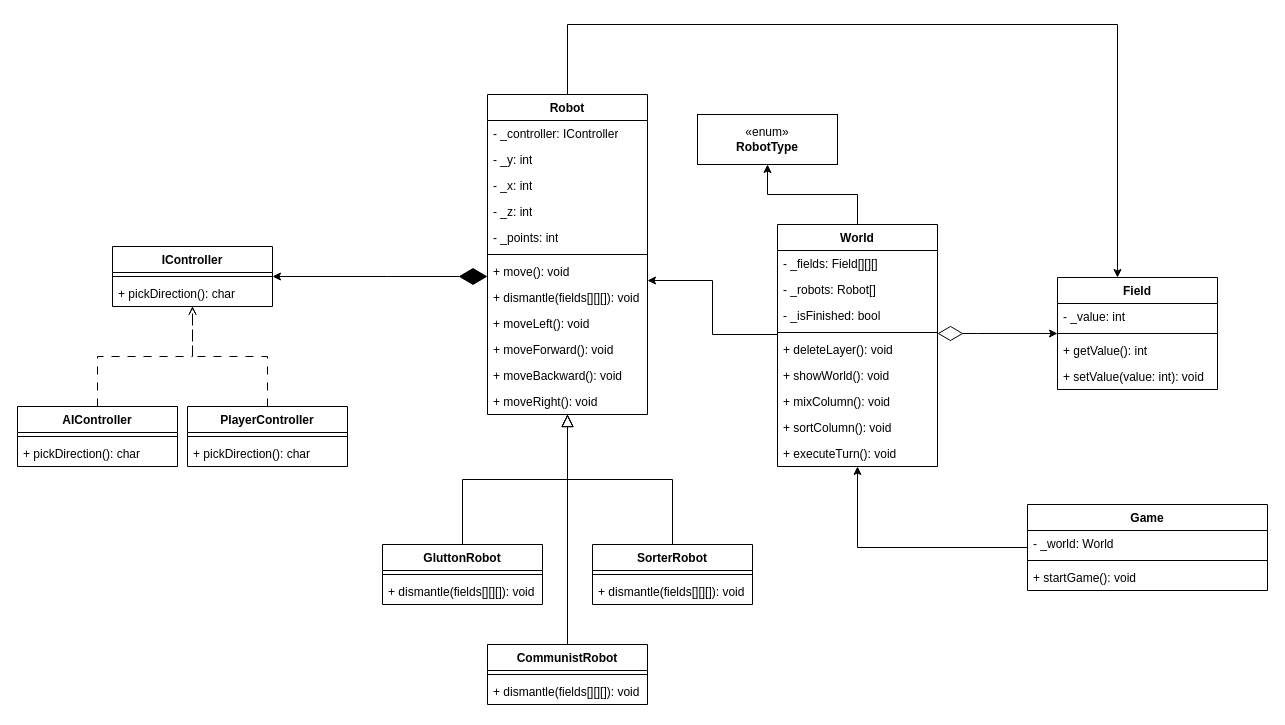
The draw.io diagram DeepMiner.drawio in ergimandija/ParallelDeepMiner, before the edit. Source tidied: cells renumbered, new cells numbered last; positions are measured from the earlier drawing's top-left corner, leaving out a move shared by most shapes. Both pictures are drawn from the tidied source at 100%, with x=0, y=0 at pixel (17, 24).
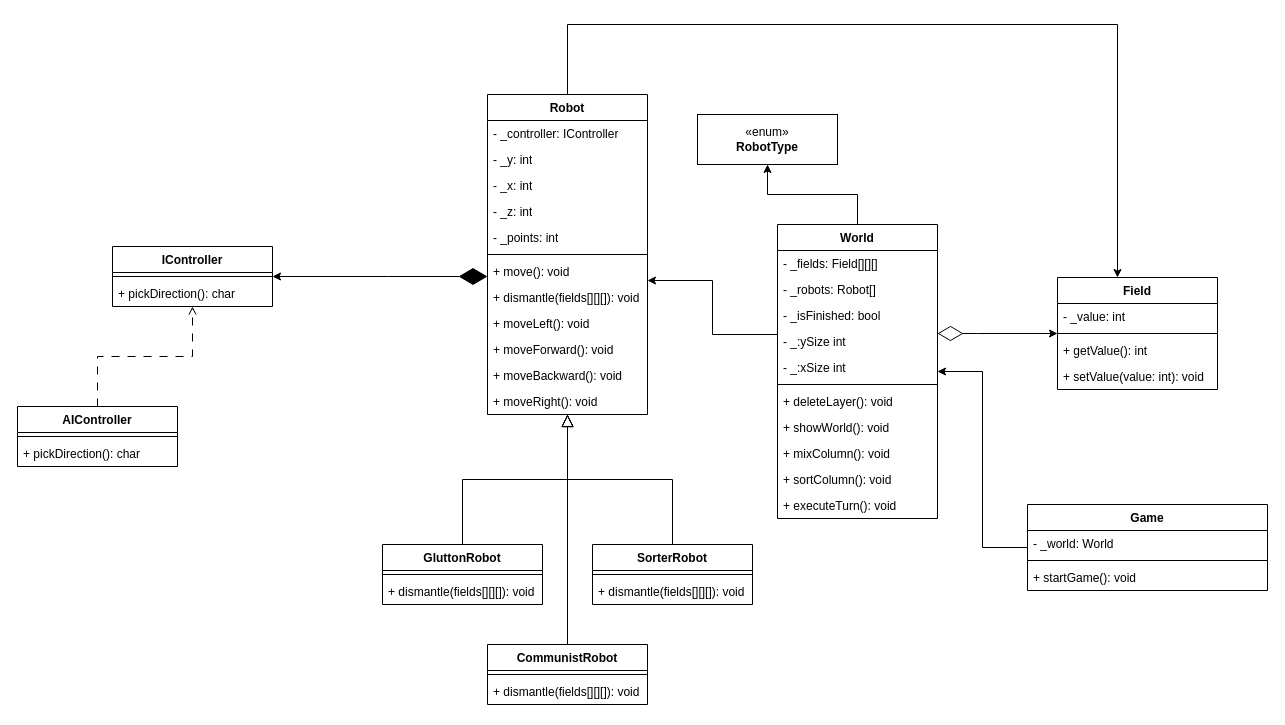
The same page after the edit.

Unchanged cells that the change refers to:
```xml
<mxCell id="43" value="IController" style="swimlane;fontStyle=1;align=center;verticalAlign=top;horizontal=1;startSize=26;whiteSpace=wrap;html=1;" parent="1" vertex="1">
  <mxGeometry x="95" y="222" width="160" height="60" as="geometry" />
</mxCell>
```

The edit, as a diff of the source:
```diff
@@
     <mxCell id="5" value="World" style="swimlane;fontStyle=1;align=center;verticalAlign=top;horizontal=1;startSize=26;whiteSpace=wrap;html=1;" parent="1" vertex="1">
-      <mxGeometry x="760" y="200" width="160" height="242" as="geometry" />
+      <mxGeometry x="760" y="200" width="160" height="294" as="geometry" />
     </mxCell>
@@
+    <mxCell id="64" value="- _:ySize int" style="text;strokeColor=none;fillColor=none;align=left;verticalAlign=top;spacingLeft=4;spacingRight=4;overflow=hidden;whiteSpace=wrap;html=1;" parent="5" vertex="1">
+      <mxGeometry y="104" width="160" height="26" as="geometry" />
+    </mxCell>
+    <mxCell id="65" value="- _:xSize int" style="text;strokeColor=none;fillColor=none;align=left;verticalAlign=top;spacingLeft=4;spacingRight=4;overflow=hidden;whiteSpace=wrap;html=1;" parent="5" vertex="1">
+      <mxGeometry y="130" width="160" height="26" as="geometry" />
+    </mxCell>
     <mxCell id="9" style="line;strokeWidth=1;fillColor=none;align=left;verticalAlign=middle;spacingTop=-1;spacingLeft=3;spacingRight=3;labelPosition=right;strokeColor=inherit;" parent="5" vertex="1">
-      <mxGeometry y="104" width="160" height="8" as="geometry" />
+      <mxGeometry y="156" width="160" height="8" as="geometry" />
     </mxCell>
     <mxCell id="10" value="+ deleteLayer(): void" style="text;strokeColor=none;fillColor=none;align=left;verticalAlign=top;spacingLeft=4;spacingRight=4;overflow=hidden;whiteSpace=wrap;html=1;" parent="5" vertex="1">
-      <mxGeometry y="112" width="160" height="26" as="geometry" />
+      <mxGeometry y="164" width="160" height="26" as="geometry" />
     </mxCell>
     <mxCell id="11" value="+ showWorld(): void" style="text;strokeColor=none;fillColor=none;align=left;verticalAlign=top;spacingLeft=4;spacingRight=4;overflow=hidden;whiteSpace=wrap;html=1;" parent="5" vertex="1">
-      <mxGeometry y="138" width="160" height="26" as="geometry" />
+      <mxGeometry y="190" width="160" height="26" as="geometry" />
     </mxCell>
     <mxCell id="12" value="+ mixColumn(): void" style="text;strokeColor=none;fillColor=none;align=left;verticalAlign=top;spacingLeft=4;spacingRight=4;overflow=hidden;whiteSpace=wrap;html=1;" parent="5" vertex="1">
-      <mxGeometry y="164" width="160" height="26" as="geometry" />
+      <mxGeometry y="216" width="160" height="26" as="geometry" />
     </mxCell>
     <mxCell id="13" value="+ sortColumn(): void" style="text;strokeColor=none;fillColor=none;align=left;verticalAlign=top;spacingLeft=4;spacingRight=4;overflow=hidden;whiteSpace=wrap;html=1;" parent="5" vertex="1">
-      <mxGeometry y="190" width="160" height="26" as="geometry" />
+      <mxGeometry y="242" width="160" height="26" as="geometry" />
     </mxCell>
     <mxCell id="14" value="+ executeTurn(): void" style="text;strokeColor=none;fillColor=none;align=left;verticalAlign=top;spacingLeft=4;spacingRight=4;overflow=hidden;whiteSpace=wrap;html=1;" parent="5" vertex="1">
-      <mxGeometry y="216" width="160" height="26" as="geometry" />
+      <mxGeometry y="268" width="160" height="26" as="geometry" />
     </mxCell>
@@
-    <mxCell id="50" style="edgeStyle=orthogonalEdgeStyle;rounded=0;jettySize=auto;html=1;dashed=1;dashPattern=8 8;endArrow=open;endFill=0;" parent="1" edge="1" source="51" target="43">
-      <mxGeometry relative="1" as="geometry" />
-    </mxCell>
-    <mxCell id="51" value="PlayerController" style="swimlane;fontStyle=1;align=center;verticalAlign=top;horizontal=1;startSize=26;whiteSpace=wrap;html=1;" parent="1" vertex="1">
-      <mxGeometry x="170" y="382" width="160" height="60" as="geometry" />
-    </mxCell>
-    <mxCell id="52" style="line;strokeWidth=1;fillColor=none;align=left;verticalAlign=middle;spacingTop=-1;spacingLeft=3;spacingRight=3;labelPosition=right;strokeColor=inherit;" parent="51" vertex="1">
-      <mxGeometry y="26" width="160" height="8" as="geometry" />
-    </mxCell>
-    <mxCell id="53" value="+ pickDirection(): char&amp;nbsp;" style="text;strokeColor=none;fillColor=none;align=left;verticalAlign=top;spacingLeft=4;spacingRight=4;overflow=hidden;whiteSpace=wrap;html=1;" parent="51" vertex="1">
-      <mxGeometry y="34" width="160" height="26" as="geometry" />
-    </mxCell>
```
